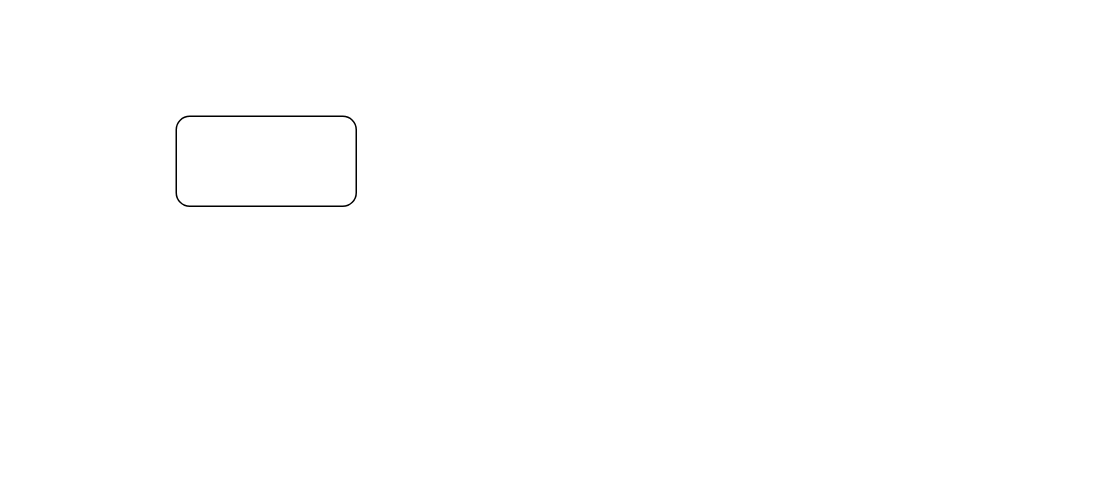
The draw.io diagram minishell/Untitled Diagram.drawio in guswlsakfls/42btc, before the edit. Source tidied: cells renumbered, new cells numbered last; positions are measured from the earlier drawing's top-left corner, leaving out a move shared by most shapes. Both pictures are drawn from the tidied source at 150%, with x=0, y=0 at pixel (176, 116).
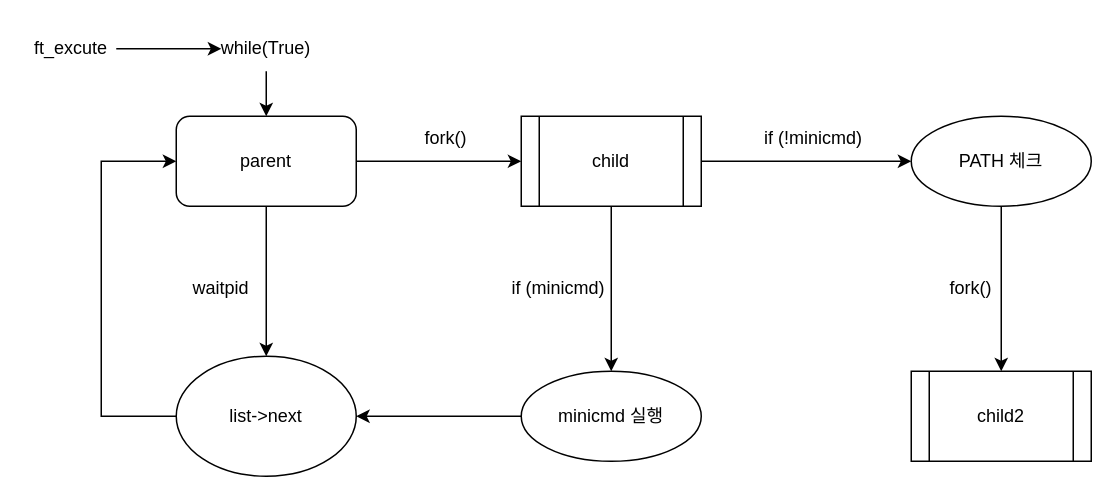
Above is the later version.

The edit, as a diff of the source:
```diff
@@
+    <mxCell id="3" style="edgeStyle=orthogonalEdgeStyle;rounded=0;jettySize=auto;html=1;exitX=1;exitY=0.5;exitDx=0;exitDy=0;entryX=0;entryY=0.5;entryDx=0;entryDy=0;" parent="1" edge="1" source="2">
+      <mxGeometry relative="1" as="geometry">
+        <mxPoint x="230" y="30" as="targetPoint" />
+      </mxGeometry>
+    </mxCell>
+    <mxCell id="4" style="edgeStyle=orthogonalEdgeStyle;rounded=0;jettySize=auto;html=1;exitX=0.5;exitY=1;exitDx=0;exitDy=0;" parent="1" edge="1" source="2">
+      <mxGeometry relative="1" as="geometry">
+        <mxPoint x="60" y="160" as="targetPoint" />
+        <Array as="points">
+          <mxPoint x="60" y="110" />
+          <mxPoint x="60" y="110" />
+        </Array>
+      </mxGeometry>
+    </mxCell>
-    <mxCell id="2" style="rounded=1;whiteSpace=wrap;html=1;" parent="1" vertex="1">
+    <mxCell id="2" value="parent" style="rounded=1;whiteSpace=wrap;html=1;" parent="1" vertex="1">
       <mxGeometry width="120" height="60" as="geometry" />
     </mxCell>
+    <mxCell id="5" style="edgeStyle=orthogonalEdgeStyle;rounded=0;jettySize=auto;html=1;" parent="1" edge="1" source="7" target="10">
+      <mxGeometry relative="1" as="geometry" />
+    </mxCell>
+    <mxCell id="6" style="edgeStyle=orthogonalEdgeStyle;rounded=0;jettySize=auto;html=1;entryX=0;entryY=0.5;entryDx=0;entryDy=0;" parent="1" edge="1" source="7" target="20">
+      <mxGeometry relative="1" as="geometry" />
+    </mxCell>
+    <mxCell id="7" value="child" style="shape=process;whiteSpace=wrap;html=1;backgroundOutline=1;" parent="1" vertex="1">
+      <mxGeometry x="230" width="120" height="60" as="geometry" />
+    </mxCell>
+    <mxCell id="8" value="waitpid" style="text;html=1;strokeColor=none;fillColor=none;align=center;verticalAlign=middle;whiteSpace=wrap;rounded=0;" parent="1" vertex="1">
+      <mxGeometry y="100" width="60" height="30" as="geometry" />
+    </mxCell>
+    <mxCell id="9" style="edgeStyle=orthogonalEdgeStyle;rounded=0;jettySize=auto;html=1;" parent="1" edge="1" source="10" target="17">
+      <mxGeometry relative="1" as="geometry" />
+    </mxCell>
+    <mxCell id="10" value="minicmd 실행" style="ellipse;whiteSpace=wrap;html=1;" parent="1" vertex="1">
+      <mxGeometry x="230" y="170" width="120" height="60" as="geometry" />
+    </mxCell>
+    <mxCell id="11" value="if (minicmd)" style="text;html=1;strokeColor=none;fillColor=none;align=center;verticalAlign=middle;whiteSpace=wrap;rounded=0;" parent="1" vertex="1">
+      <mxGeometry x="220" y="100" width="70" height="30" as="geometry" />
+    </mxCell>
+    <mxCell id="12" style="edgeStyle=orthogonalEdgeStyle;rounded=0;jettySize=auto;html=1;" parent="1" edge="1" source="13" target="15">
+      <mxGeometry relative="1" as="geometry" />
+    </mxCell>
+    <mxCell id="13" value="ft_excute" style="text;html=1;strokeColor=none;fillColor=none;align=center;verticalAlign=middle;whiteSpace=wrap;rounded=0;" parent="1" vertex="1">
+      <mxGeometry x="-100" y="-60" width="60" height="30" as="geometry" />
+    </mxCell>
+    <mxCell id="14" style="edgeStyle=orthogonalEdgeStyle;rounded=0;jettySize=auto;html=1;entryX=0.5;entryY=0;entryDx=0;entryDy=0;exitX=0.5;exitY=1;exitDx=0;exitDy=0;" parent="1" edge="1" source="15" target="2">
+      <mxGeometry relative="1" as="geometry">
+        <Array as="points">
+          <mxPoint x="60" y="-20" />
+          <mxPoint x="60" y="-20" />
+        </Array>
+      </mxGeometry>
+    </mxCell>
+    <mxCell id="15" value="while(True)" style="text;html=1;strokeColor=none;fillColor=none;align=center;verticalAlign=middle;whiteSpace=wrap;rounded=0;" parent="1" vertex="1">
+      <mxGeometry x="30" y="-60" width="60" height="30" as="geometry" />
+    </mxCell>
+    <mxCell id="16" style="edgeStyle=orthogonalEdgeStyle;rounded=0;jettySize=auto;html=1;entryX=0;entryY=0.5;entryDx=0;entryDy=0;" parent="1" edge="1" source="17" target="2">
+      <mxGeometry relative="1" as="geometry">
+        <Array as="points">
+          <mxPoint x="-50" y="200" />
+          <mxPoint x="-50" y="30" />
+        </Array>
+      </mxGeometry>
+    </mxCell>
+    <mxCell id="17" value="list-&amp;gt;next" style="ellipse;whiteSpace=wrap;html=1;" parent="1" vertex="1">
+      <mxGeometry y="160" width="120" height="80" as="geometry" />
+    </mxCell>
+    <mxCell id="18" value="fork()" style="text;html=1;strokeColor=none;fillColor=none;align=center;verticalAlign=middle;whiteSpace=wrap;rounded=0;" parent="1" vertex="1">
+      <mxGeometry x="150" width="60" height="30" as="geometry" />
+    </mxCell>
+    <mxCell id="19" style="edgeStyle=orthogonalEdgeStyle;rounded=0;jettySize=auto;html=1;entryX=0.5;entryY=0;entryDx=0;entryDy=0;" parent="1" edge="1" source="20" target="22">
+      <mxGeometry relative="1" as="geometry" />
+    </mxCell>
+    <mxCell id="20" value="PATH 체크" style="ellipse;whiteSpace=wrap;html=1;" parent="1" vertex="1">
+      <mxGeometry x="490" width="120" height="60" as="geometry" />
+    </mxCell>
+    <mxCell id="21" value="fork()" style="text;html=1;strokeColor=none;fillColor=none;align=center;verticalAlign=middle;whiteSpace=wrap;rounded=0;" parent="1" vertex="1">
+      <mxGeometry x="500" y="100" width="60" height="30" as="geometry" />
+    </mxCell>
+    <mxCell id="22" value="child2" style="shape=process;whiteSpace=wrap;html=1;backgroundOutline=1;" parent="1" vertex="1">
+      <mxGeometry x="490" y="170" width="120" height="60" as="geometry" />
+    </mxCell>
+    <mxCell id="23" value="if (!minicmd)" style="text;html=1;strokeColor=none;fillColor=none;align=center;verticalAlign=middle;whiteSpace=wrap;rounded=0;" parent="1" vertex="1">
+      <mxGeometry x="390" width="70" height="30" as="geometry" />
+    </mxCell>
```
